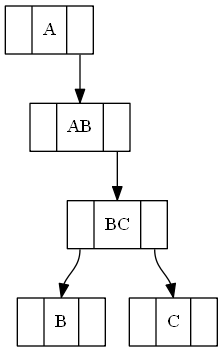
elimazariegos/EDD_2S2019_PY1_201709426 keeps this Graphviz diagram as im_img_rep.png. Above is the earlier version. Its source is kept beside it as im_img_rep.dot.
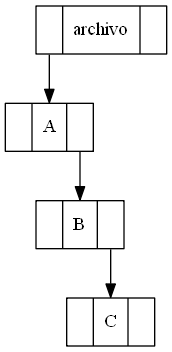
Above is the later version.

What changed in the source:
```diff
@@ -1,13 +1,11 @@
 digraph g{
 node [shape = record, heigth=.1];
 capaA[label= "<f0>|<f1>A|<f2>"];
-"capaA":f2 -> "capaAB":f1;
-capaAB[label= "<f0>|<f1>AB|<f2>"];
-"capaAB":f2 -> "capaBC":f1;
+"capaA":f2 -> "capaB":f1;
 capaB[label= "<f0>|<f1>B|<f2>"];
-capaBC[label= "<f0>|<f1>BC|<f2>"];
-"capaBC":f2 -> "capaC":f1;
-"capaBC":f0 -> "capaB":f1;
+"capaB":f2 -> "capaC":f1;
 capaC[label= "<f0>|<f1>C|<f2>"];
+capaarchivo[label= "<f0>|<f1>archivo|<f2>"];
+"capaarchivo":f0 -> "capaA":f1;
 
 }
```
